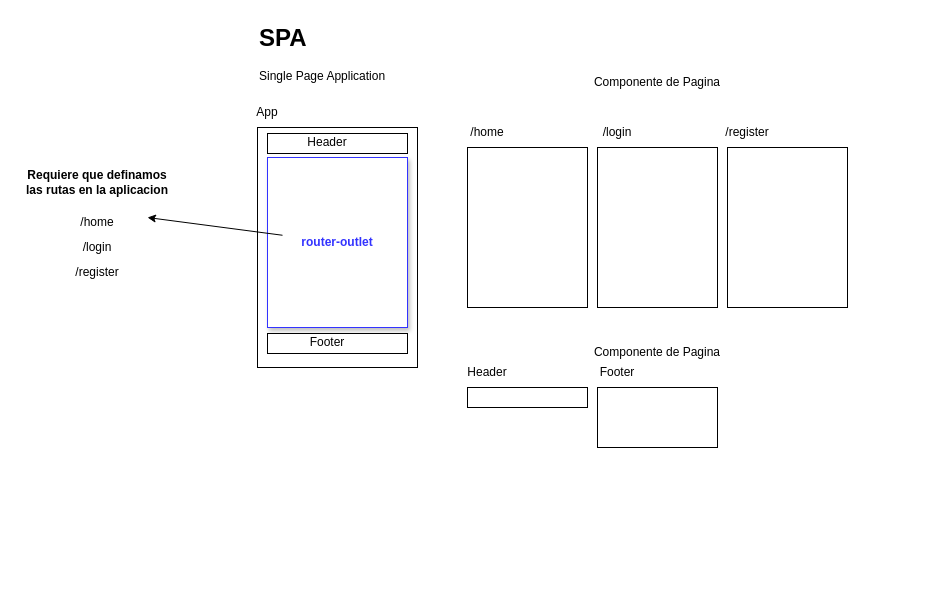
The draw.io diagram guide.drawio in BIT-202507/foodz-frontend, before the edit. Source tidied: cells renumbered, new cells numbered last; positions are measured from the earlier drawing's top-left corner, leaving out a move shared by most shapes. Both pictures are drawn from the tidied source at 100%, with x=0, y=0 at pixel (17, 17).
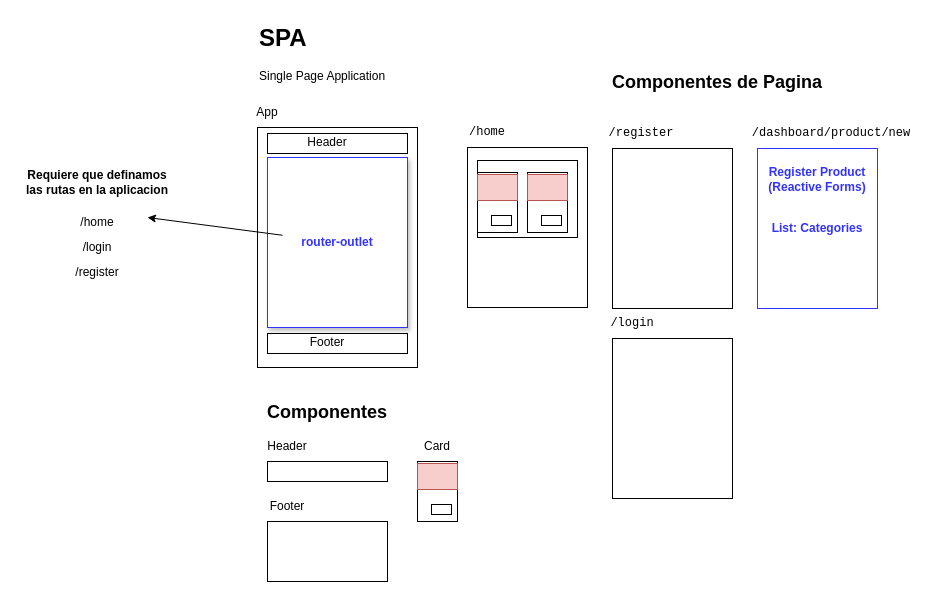
The same page after the edit.

Change to the diagram source:
```diff
@@
+    <mxCell id="6" style="rounded=0;whiteSpace=wrap;html=1;" parent="1" vertex="1">
+      <mxGeometry x="450" y="130" width="120" height="160" as="geometry" />
+    </mxCell>
+    <mxCell id="29" style="rounded=0;whiteSpace=wrap;html=1;" parent="1" vertex="1">
+      <mxGeometry x="460" y="143" width="100" height="77" as="geometry" />
+    </mxCell>
@@
-    <mxCell id="5" value="Componente de Pagina" style="text;html=1;align=center;verticalAlign=middle;whiteSpace=wrap;rounded=0;" parent="1" vertex="1">
-      <mxGeometry x="570" y="50" width="140" height="30" as="geometry" />
+    <mxCell id="5" value="&lt;b&gt;&lt;font style=&quot;font-size: 18px;&quot;&gt;Componentes de Pagina&lt;/font&gt;&lt;/b&gt;" style="text;html=1;align=center;verticalAlign=middle;whiteSpace=wrap;rounded=0;" parent="1" vertex="1">
+      <mxGeometry x="570" y="50" width="260" height="30" as="geometry" />
     </mxCell>
-    <mxCell id="6" style="rounded=0;whiteSpace=wrap;html=1;" parent="1" vertex="1">
-      <mxGeometry x="450" y="130" width="120" height="160" as="geometry" />
-    </mxCell>
-    <mxCell id="7" value="/home" style="text;html=1;align=center;verticalAlign=middle;whiteSpace=wrap;rounded=0;" parent="1" vertex="1">
+    <mxCell id="7" value="/home" style="text;html=1;align=center;verticalAlign=middle;whiteSpace=wrap;rounded=0;fontFamily=Courier New;" parent="1" vertex="1">
       <mxGeometry x="450" y="100" width="40" height="30" as="geometry" />
     </mxCell>
     <mxCell id="8" style="rounded=0;whiteSpace=wrap;html=1;" parent="1" vertex="1">
-      <mxGeometry x="580" y="130" width="120" height="160" as="geometry" />
+      <mxGeometry x="595" y="321" width="120" height="160" as="geometry" />
     </mxCell>
-    <mxCell id="9" value="/login" style="text;html=1;align=center;verticalAlign=middle;whiteSpace=wrap;rounded=0;" parent="1" vertex="1">
-      <mxGeometry x="580" y="100" width="40" height="30" as="geometry" />
+    <mxCell id="9" value="/login" style="text;html=1;align=center;verticalAlign=middle;whiteSpace=wrap;rounded=0;fontFamily=Courier New;" parent="1" vertex="1">
+      <mxGeometry x="595" y="291" width="40" height="30" as="geometry" />
     </mxCell>
     <mxCell id="10" style="rounded=0;whiteSpace=wrap;html=1;" parent="1" vertex="1">
-      <mxGeometry x="710" y="130" width="120" height="160" as="geometry" />
+      <mxGeometry x="595" y="131" width="120" height="160" as="geometry" />
     </mxCell>
-    <mxCell id="11" value="/register" style="text;html=1;align=center;verticalAlign=middle;whiteSpace=wrap;rounded=0;" parent="1" vertex="1">
-      <mxGeometry x="710" y="100" width="40" height="30" as="geometry" />
+    <mxCell id="11" value="/register" style="text;html=1;align=center;verticalAlign=middle;whiteSpace=wrap;rounded=0;fontFamily=Courier New;" parent="1" vertex="1">
+      <mxGeometry x="604" y="101" width="40" height="30" as="geometry" />
     </mxCell>
@@
-    <mxCell id="13" value="Componente de Pagina" style="text;html=1;align=center;verticalAlign=middle;whiteSpace=wrap;rounded=0;" parent="1" vertex="1">
-      <mxGeometry x="570" y="320" width="140" height="30" as="geometry" />
+    <mxCell id="13" value="&lt;b&gt;&lt;font style=&quot;font-size: 18px;&quot;&gt;Componentes&lt;/font&gt;&lt;/b&gt;" style="text;html=1;align=center;verticalAlign=middle;whiteSpace=wrap;rounded=0;" parent="1" vertex="1">
+      <mxGeometry x="240" y="380" width="140" height="30" as="geometry" />
     </mxCell>
     <mxCell id="14" style="rounded=0;whiteSpace=wrap;html=1;" parent="1" vertex="1">
-      <mxGeometry x="450" y="370" width="120" height="20" as="geometry" />
+      <mxGeometry x="250" y="444" width="120" height="20" as="geometry" />
     </mxCell>
     <mxCell id="15" style="rounded=0;whiteSpace=wrap;html=1;" parent="1" vertex="1">
-      <mxGeometry x="580" y="370" width="120" height="60" as="geometry" />
+      <mxGeometry x="250" y="504" width="120" height="60" as="geometry" />
     </mxCell>
     <mxCell id="16" value="Header" style="text;html=1;align=center;verticalAlign=middle;whiteSpace=wrap;rounded=0;" parent="1" vertex="1">
-      <mxGeometry x="450" y="340" width="40" height="30" as="geometry" />
+      <mxGeometry x="250" y="414" width="40" height="30" as="geometry" />
     </mxCell>
     <mxCell id="17" value="Footer" style="text;html=1;align=center;verticalAlign=middle;whiteSpace=wrap;rounded=0;" parent="1" vertex="1">
-      <mxGeometry x="580" y="340" width="40" height="30" as="geometry" />
+      <mxGeometry x="250" y="474" width="40" height="30" as="geometry" />
     </mxCell>
@@
+    <mxCell id="30" style="rounded=0;whiteSpace=wrap;html=1;strokeColor=#3333FF;" parent="1" vertex="1">
+      <mxGeometry x="740" y="131" width="120" height="160" as="geometry" />
+    </mxCell>
+    <mxCell id="31" value="/dashboard/product/new" style="text;html=1;align=center;verticalAlign=middle;whiteSpace=wrap;rounded=0;fontFamily=Courier New;" parent="1" vertex="1">
+      <mxGeometry x="794" y="101" width="40" height="30" as="geometry" />
+    </mxCell>
+    <mxCell id="32" value="Register Product&lt;br&gt;(Reactive Forms)" style="text;html=1;align=center;verticalAlign=middle;whiteSpace=wrap;rounded=0;fontStyle=1;fontColor=#3333FF;" parent="1" vertex="1">
+      <mxGeometry x="745" y="147" width="110" height="30" as="geometry" />
+    </mxCell>
+    <mxCell id="33" value="List: Categories" style="text;html=1;align=center;verticalAlign=middle;whiteSpace=wrap;rounded=0;fontStyle=1;fontColor=#3333FF;" parent="1" vertex="1">
+      <mxGeometry x="745" y="196" width="110" height="30" as="geometry" />
+    </mxCell>
+    <mxCell id="34" style="rounded=0;whiteSpace=wrap;html=1;" parent="1" vertex="1">
+      <mxGeometry x="400" y="444" width="40" height="60" as="geometry" />
+    </mxCell>
+    <mxCell id="35" value="Card" style="text;html=1;align=center;verticalAlign=middle;whiteSpace=wrap;rounded=0;" parent="1" vertex="1">
+      <mxGeometry x="400" y="414" width="40" height="30" as="geometry" />
+    </mxCell>
+    <mxCell id="36" style="rounded=0;whiteSpace=wrap;html=1;noLabel=1;fillColor=#f8cecc;strokeColor=#b85450;" parent="1" vertex="1">
+      <mxGeometry x="400" y="446" width="40" height="26" as="geometry" />
+    </mxCell>
+    <mxCell id="37" style="rounded=0;whiteSpace=wrap;html=1;" parent="1" vertex="1">
+      <mxGeometry x="414" y="487" width="20" height="10" as="geometry" />
+    </mxCell>
+    <mxCell id="38" style="rounded=0;whiteSpace=wrap;html=1;" parent="1" vertex="1">
+      <mxGeometry x="460" y="155" width="40" height="60" as="geometry" />
+    </mxCell>
+    <mxCell id="39" style="rounded=0;whiteSpace=wrap;html=1;noLabel=1;fillColor=#f8cecc;strokeColor=#b85450;" parent="1" vertex="1">
+      <mxGeometry x="460" y="157" width="40" height="26" as="geometry" />
+    </mxCell>
+    <mxCell id="40" style="rounded=0;whiteSpace=wrap;html=1;" parent="1" vertex="1">
+      <mxGeometry x="474" y="198" width="20" height="10" as="geometry" />
+    </mxCell>
+    <mxCell id="41" style="rounded=0;whiteSpace=wrap;html=1;" parent="1" vertex="1">
+      <mxGeometry x="510" y="155" width="40" height="60" as="geometry" />
+    </mxCell>
+    <mxCell id="42" style="rounded=0;whiteSpace=wrap;html=1;noLabel=1;fillColor=#f8cecc;strokeColor=#b85450;" parent="1" vertex="1">
+      <mxGeometry x="510" y="157" width="40" height="26" as="geometry" />
+    </mxCell>
+    <mxCell id="43" style="rounded=0;whiteSpace=wrap;html=1;" parent="1" vertex="1">
+      <mxGeometry x="524" y="198" width="20" height="10" as="geometry" />
+    </mxCell>
```
